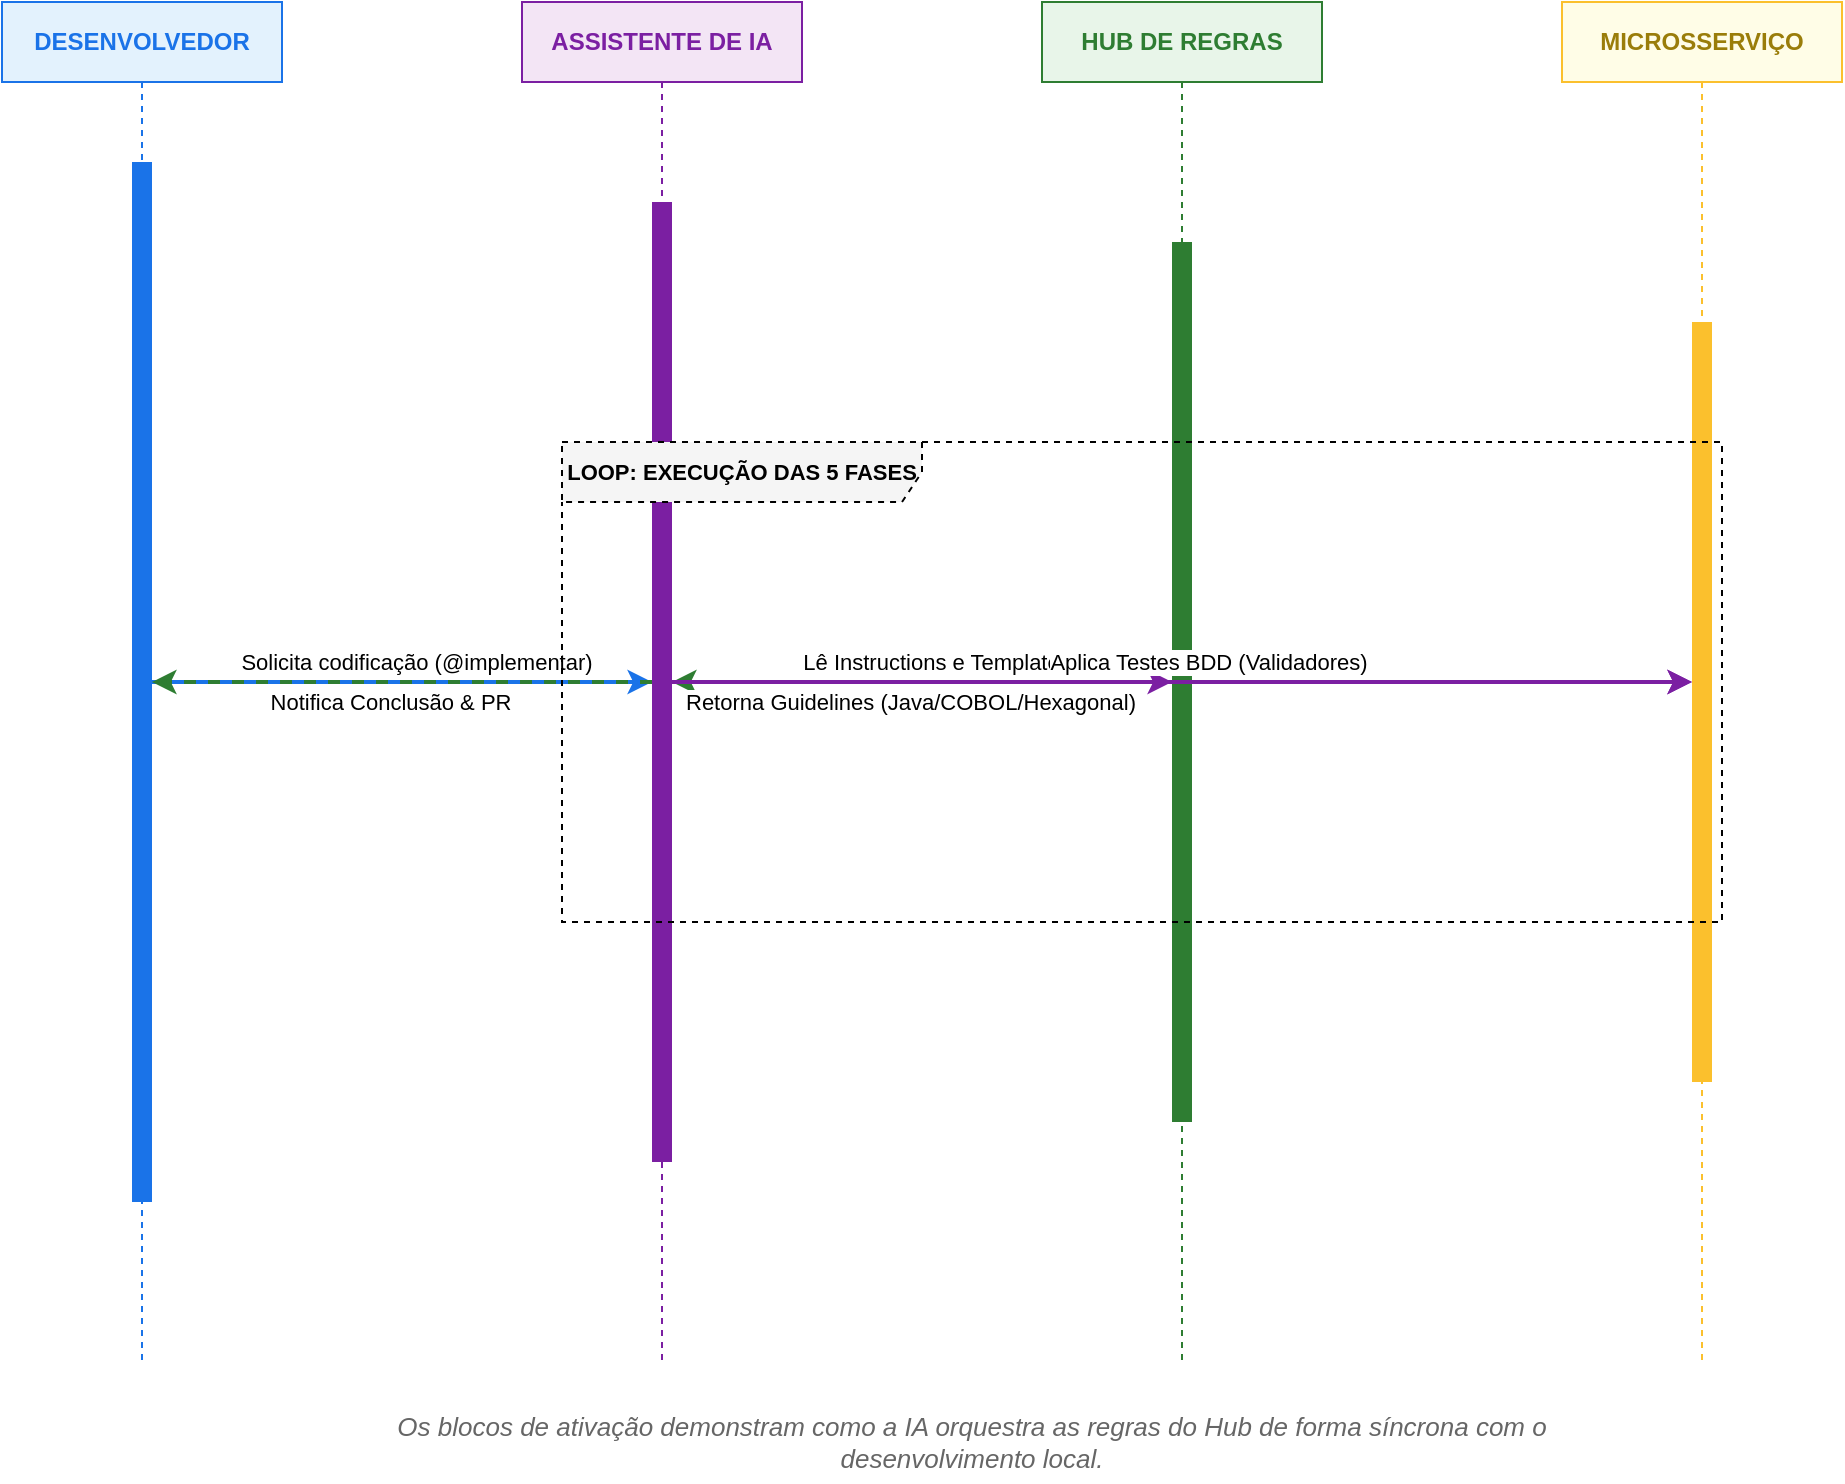
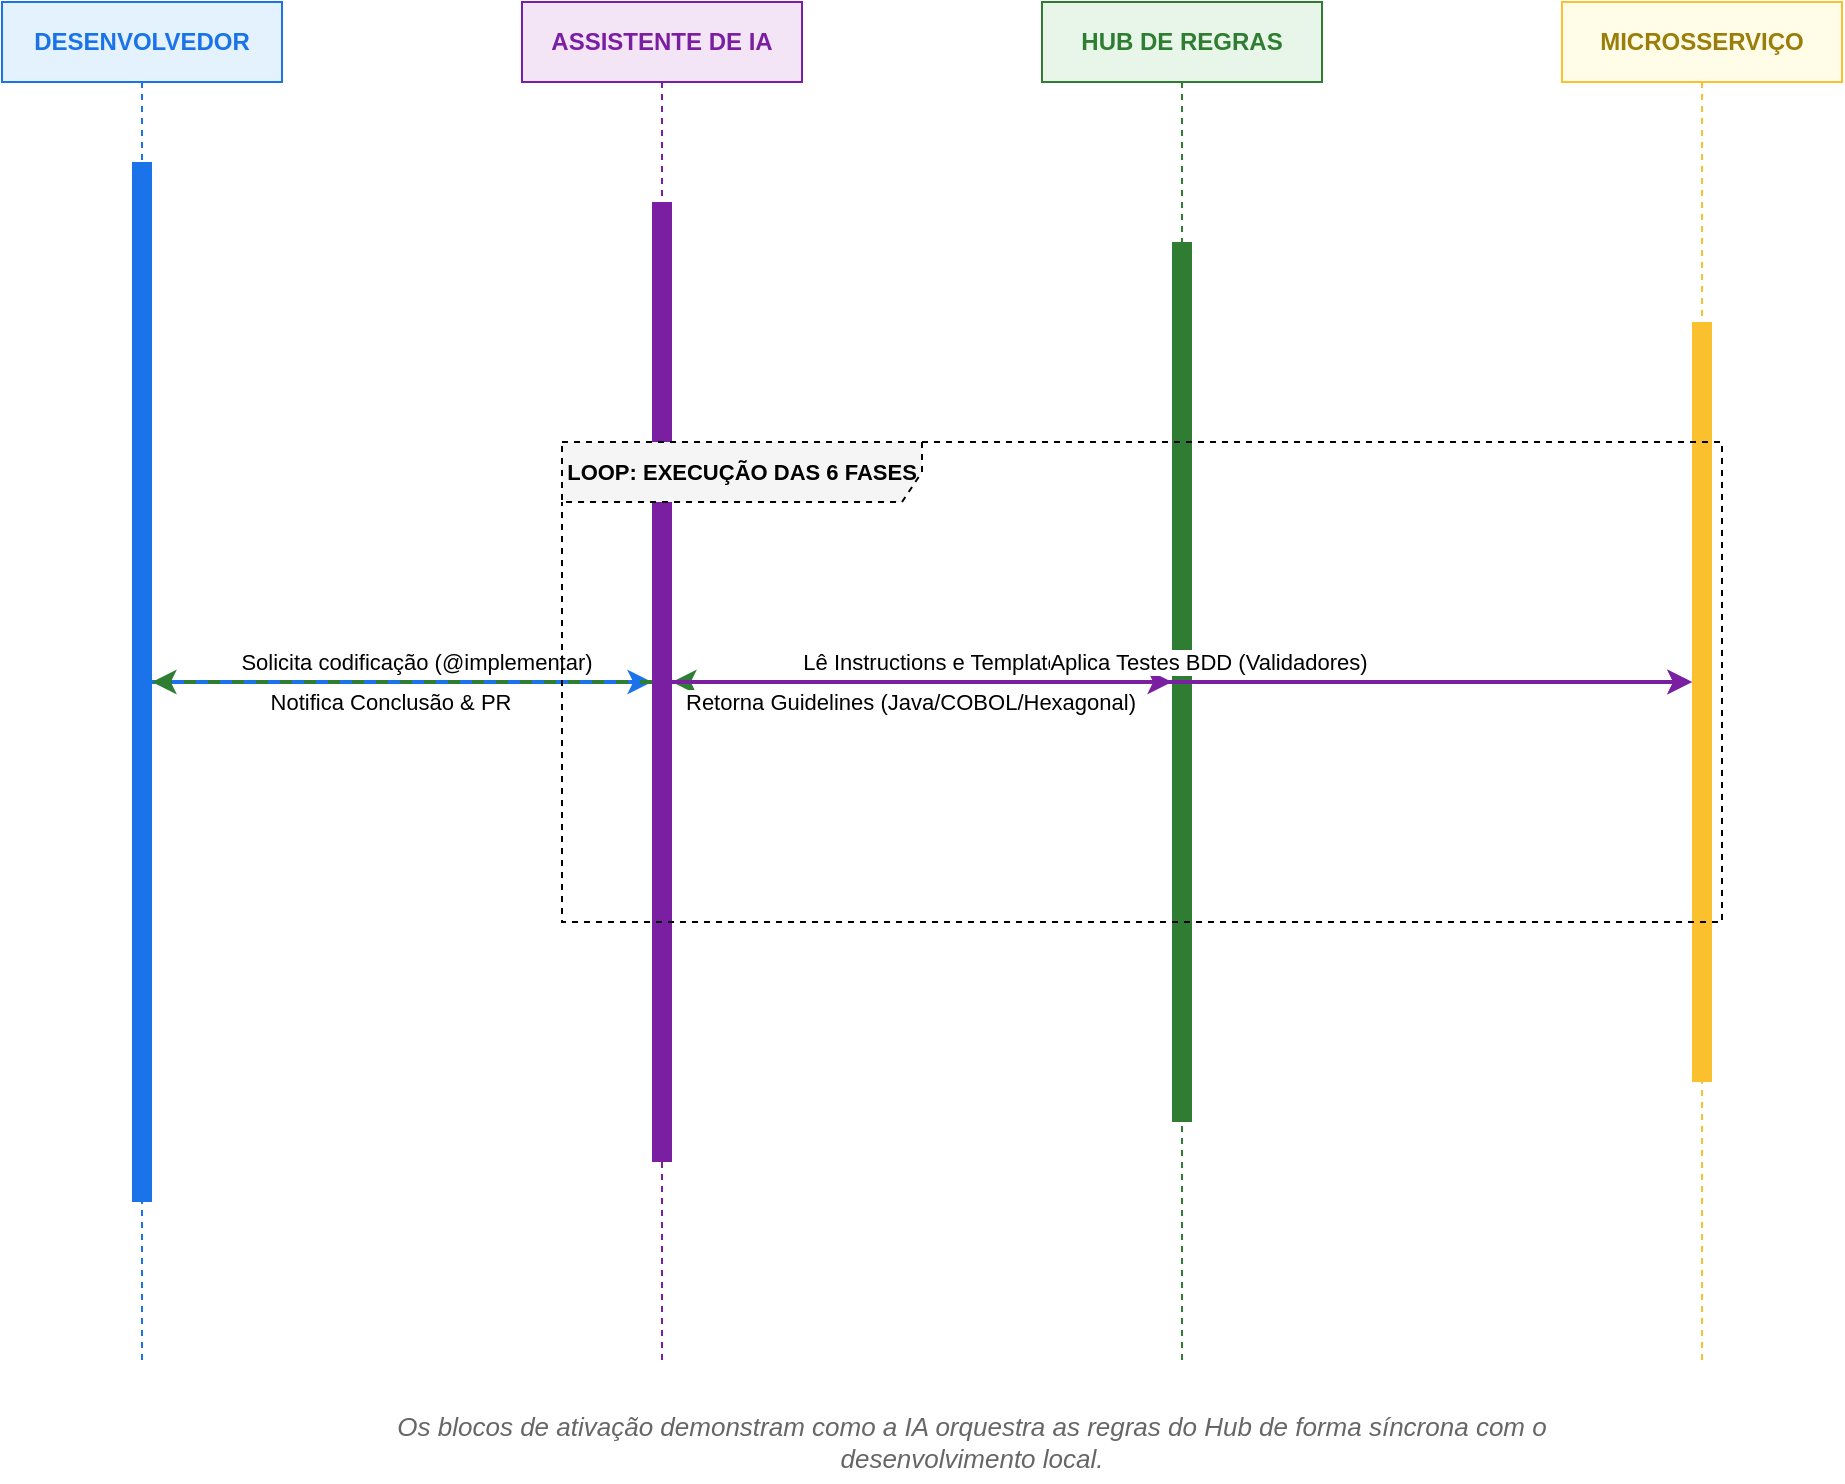
<mxfile host="Electron" version="21.6.8" type="device">
  <diagram id="sequencia-v2" name="UML 2.0 Moderno">
    <mxGraphModel dx="1422" dy="794" grid="1" gridSize="10" guides="1" tooltips="1" connect="1" arrows="1" fold="1" page="1" pageScale="1" pageWidth="1169" pageHeight="827" math="0" shadow="0">
      <root>
        <mxCell id="0" />
        <mxCell id="1" parent="0" />

        <!-- Participantes (Cabeçalho) -->
        <mxCell id="p1" value="&lt;b&gt;DESENVOLVEDOR&lt;/b&gt;" style="shape=umlLifeline;perimeter=lifelinePerimeter;whiteSpace=wrap;html=1;container=1;collapsible=0;recursiveResize=0;outlineConnect=0;fillColor=#E3F2FD;strokeColor=#1A73E8;fontColor=#1A73E8;" vertex="1" parent="1">
          <mxGeometry x="100" y="40" width="140" height="680" as="geometry" />
        </mxCell>
        <mxCell id="a1" value="" style="html=1;points=[];perimeter=orthogonalPerimeter;fillColor=#1A73E8;strokeColor=none;" vertex="1" parent="p1">
          <mxGeometry x="65" y="80" width="10" height="520" as="geometry" />
        </mxCell>

        <mxCell id="p2" value="&lt;b&gt;ASSISTENTE DE IA&lt;/b&gt;" style="shape=umlLifeline;perimeter=lifelinePerimeter;whiteSpace=wrap;html=1;container=1;collapsible=0;recursiveResize=0;outlineConnect=0;fillColor=#F3E5F5;strokeColor=#7B1FA2;fontColor=#7B1FA2;" vertex="1" parent="1">
          <mxGeometry x="360" y="40" width="140" height="680" as="geometry" />
        </mxCell>
        <mxCell id="a2" value="" style="html=1;points=[];perimeter=orthogonalPerimeter;fillColor=#7B1FA2;strokeColor=none;" vertex="1" parent="p2">
          <mxGeometry x="65" y="100" width="10" height="480" as="geometry" />
        </mxCell>

        <mxCell id="p3" value="&lt;b&gt;HUB DE REGRAS&lt;/b&gt;" style="shape=umlLifeline;perimeter=lifelinePerimeter;whiteSpace=wrap;html=1;container=1;collapsible=0;recursiveResize=0;outlineConnect=0;fillColor=#E8F5E9;strokeColor=#2E7D32;fontColor=#2E7D32;" vertex="1" parent="1">
          <mxGeometry x="620" y="40" width="140" height="680" as="geometry" />
        </mxCell>
        <mxCell id="a3" value="" style="html=1;points=[];perimeter=orthogonalPerimeter;fillColor=#2E7D32;strokeColor=none;" vertex="1" parent="p3">
          <mxGeometry x="65" y="120" width="10" height="440" as="geometry" />
        </mxCell>

        <mxCell id="p4" value="&lt;b&gt;MICROSSERVIÇO&lt;/b&gt;" style="shape=umlLifeline;perimeter=lifelinePerimeter;whiteSpace=wrap;html=1;container=1;collapsible=0;recursiveResize=0;outlineConnect=0;fillColor=#FFFDE7;strokeColor=#FBC02D;fontColor=#9A7D0A;" vertex="1" parent="1">
          <mxGeometry x="880" y="40" width="140" height="680" as="geometry" />
        </mxCell>
        <mxCell id="a4" value="" style="html=1;points=[];perimeter=orthogonalPerimeter;fillColor=#FBC02D;strokeColor=none;" vertex="1" parent="p4">
          <mxGeometry x="65" y="160" width="10" height="380" as="geometry" />
        </mxCell>

        <!-- Troca de Mensagens -->
        <mxCell id="m1" value="Solicita codificação (@implementar)" style="endArrow=classic;html=1;edgeStyle=orthogonalEdgeStyle;rounded=1;strokeWidth=2;strokeColor=#1A73E8;" edge="1" parent="1" source="a1" target="a2">
          <mxGeometry x="0.05" y="10" relative="1" as="geometry">
            <mxPoint as="offset" />
            <mxPoint x="180" y="140" as="sourcePoint" />
            <mxPoint x="420" y="140" as="targetPoint" />
            <Array as="points">
              <mxPoint x="175" y="140" />
              <mxPoint x="425" y="140" />
            </Array>
          </mxGeometry>
        </mxCell>

        <mxCell id="m2" value="Lê Instructions e Templates" style="endArrow=classic;html=1;edgeStyle=orthogonalEdgeStyle;rounded=1;strokeWidth=2;strokeColor=#7B1FA2;" edge="1" parent="1" source="a2" target="a3">
          <mxGeometry x="0.05" y="10" relative="1" as="geometry">
            <mxPoint as="offset" />
            <mxPoint x="435" y="170" as="sourcePoint" />
            <mxPoint x="685" y="170" as="targetPoint" />
            <Array as="points">
              <mxPoint x="435" y="180" />
              <mxPoint x="685" y="180" />
            </Array>
          </mxGeometry>
        </mxCell>

        <mxCell id="m3" value="Retorna Guidelines (Java/COBOL/Hexagonal)" style="endArrow=classic;html=1;edgeStyle=orthogonalEdgeStyle;rounded=1;strokeWidth=2;strokeColor=#2E7D32;dashed=1;" edge="1" parent="1" source="a3" target="a2">
          <mxGeometry x="0.05" y="10" relative="1" as="geometry">
            <mxPoint as="offset" />
            <mxPoint x="685" y="220" as="sourcePoint" />
            <mxPoint x="435" y="220" as="targetPoint" />
            <Array as="points">
              <mxPoint x="685" y="230" />
              <mxPoint x="435" y="230" />
            </Array>
          </mxGeometry>
        </mxCell>

        <!-- Bloco de Loop (4 Fases) -->
-         <mxCell id="loop-group" value="LOOP: EXECUÇÃO DAS 5 FASES" style="shape=umlFrame;whiteSpace=wrap;html=1;width=180;height=30;fillColor=#f5f5f5;fontStyle=1;fontSize=11;dashed=1;" vertex="1" parent="1">
+         <mxCell id="loop-group" value="LOOP: EXECUÇÃO DAS 6 FASES" style="shape=umlFrame;whiteSpace=wrap;html=1;width=180;height=30;fillColor=#f5f5f5;fontStyle=1;fontSize=11;dashed=1;" vertex="1" parent="1">
          <mxGeometry x="380" y="260" width="580" height="240" as="geometry" />
        </mxCell>

        <mxCell id="m4" value="Gera Boilerplate e Lógica" style="endArrow=classic;html=1;edgeStyle=orthogonalEdgeStyle;rounded=1;strokeWidth=2;strokeColor=#7B1FA2;" edge="1" parent="1" source="a2" target="a4">
          <mxGeometry x="0.05" y="10" relative="1" as="geometry">
            <mxPoint as="offset" />
            <mxPoint x="435" y="300" as="sourcePoint" />
            <mxPoint x="945" y="300" as="targetPoint" />
            <Array as="points">
              <mxPoint x="435" y="310" />
              <mxPoint x="945" y="310" />
            </Array>
          </mxGeometry>
        </mxCell>

        <mxCell id="m5" value="Aplica Testes BDD (Validadores)" style="endArrow=classic;html=1;edgeStyle=orthogonalEdgeStyle;rounded=1;strokeWidth=2;strokeColor=#7B1FA2;" edge="1" parent="1" source="a2" target="a4">
          <mxGeometry x="0.05" y="10" relative="1" as="geometry">
            <mxPoint as="offset" />
            <mxPoint x="435" y="370" as="sourcePoint" />
            <mxPoint x="945" y="370" as="targetPoint" />
            <Array as="points">
              <mxPoint x="435" y="380" />
              <mxPoint x="945" y="380" />
            </Array>
          </mxGeometry>
        </mxCell>

        <mxCell id="m6" value="Notifica Conclusão &amp; PR" style="endArrow=classic;html=1;edgeStyle=orthogonalEdgeStyle;rounded=1;strokeWidth=2;strokeColor=#2E7D32;dashed=1;" edge="1" parent="1" source="a2" target="a1">
          <mxGeometry x="0.05" y="10" relative="1" as="geometry">
            <mxPoint as="offset" />
            <mxPoint x="425" y="540" as="sourcePoint" />
            <mxPoint x="175" y="540" as="targetPoint" />
            <Array as="points">
              <mxPoint x="425" y="580" />
              <mxPoint x="175" y="580" />
            </Array>
          </mxGeometry>
        </mxCell>

        <!-- Rodapé explicativo -->
        <mxCell id="footer" value="Os blocos de ativação demonstram como a IA orquestra as regras do Hub de forma síncrona com o desenvolvimento local." style="text;html=1;strokeColor=none;fillColor=none;align=center;verticalAlign=middle;whiteSpace=wrap;rounded=0;fontSize=13;fontStyle=2;fontColor=#666666;" vertex="1" parent="1">
          <mxGeometry x="275" y="740" width="620" height="40" as="geometry" />
        </mxCell>

      </root>
    </mxGraphModel>
  </diagram>
</mxfile>
